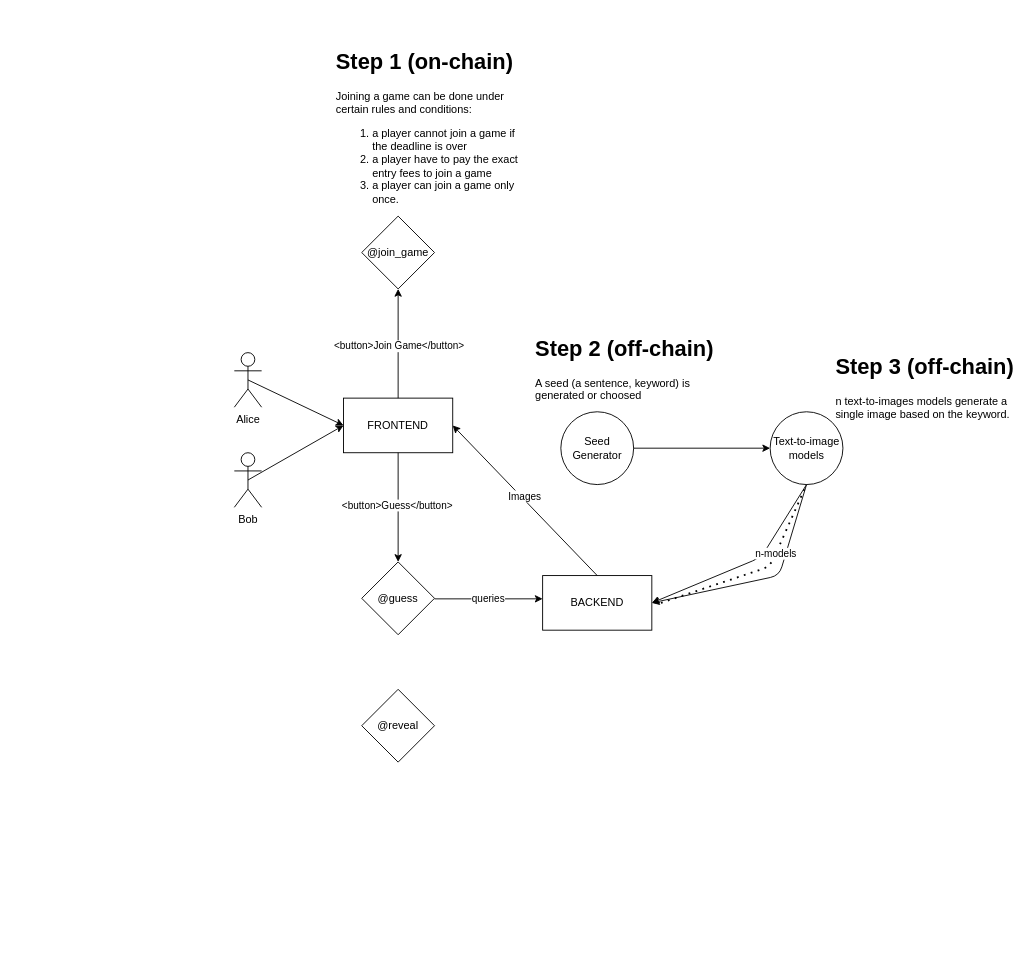
Earlier version of the draw.io diagram diagram.drawio (amaurydelille/blockchain-project-epita-2027). Source tidied: cells renumbered, new cells numbered last; positions are measured from the earlier drawing's top-left corner, leaving out a move shared by most shapes. Both pictures are drawn from the tidied source at 91%, with x=0, y=0 at pixel (234, 43).
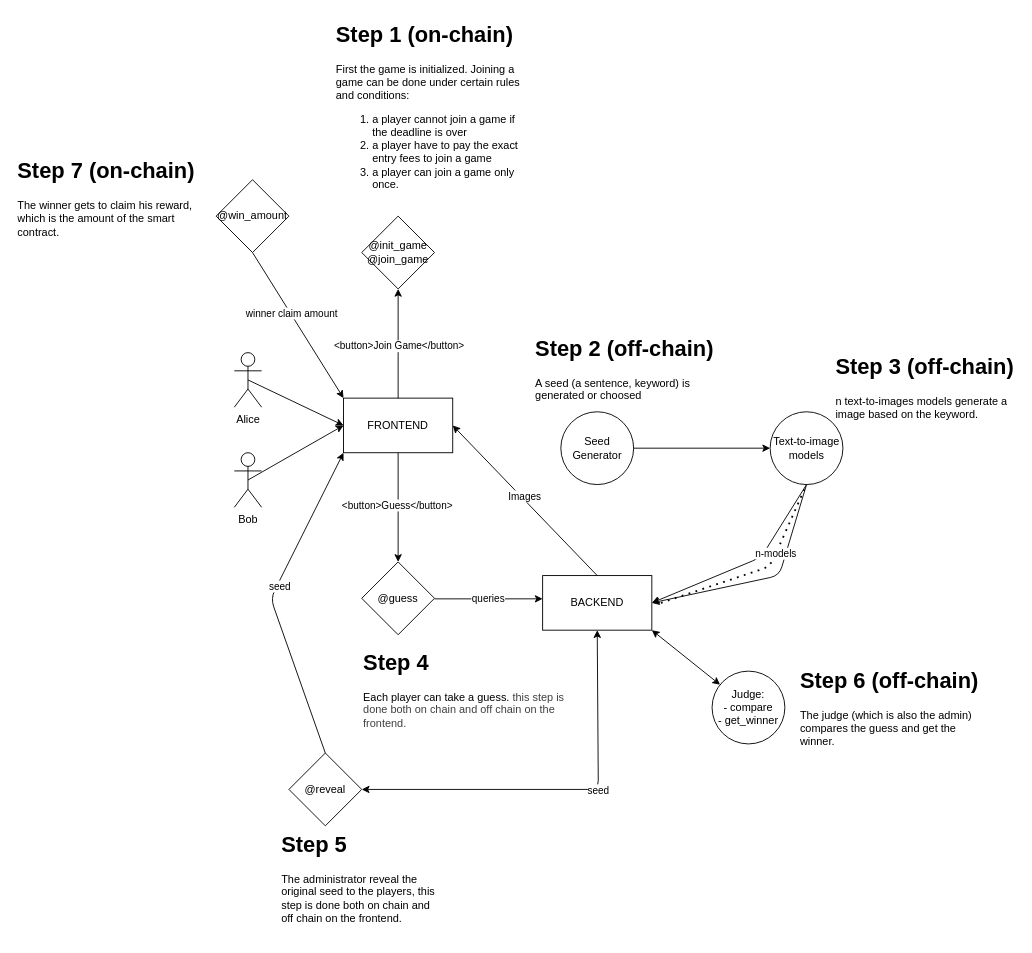
The same diagram, later.

Commit message:
feat: finish diagram

The change refers to these unchanged cells:
```xml
<mxCell id="2" value="FRONTEND" style="rounded=0;whiteSpace=wrap;html=1;" parent="1" vertex="1">
  <mxGeometry x="120" y="390" width="120" height="60" as="geometry" />
</mxCell>
<mxCell id="3" value="BACKEND" style="rounded=0;whiteSpace=wrap;html=1;" parent="1" vertex="1">
  <mxGeometry x="338.8" y="585" width="120" height="60" as="geometry" />
</mxCell>
```

Diff of the diagram source:
```diff
@@
-    <mxCell id="14" value="&lt;h1 style=&quot;margin-top: 0px;&quot;&gt;Step 3 (off-chain)&lt;/h1&gt;&lt;p&gt;n text-to-images models generate a single image based on the keyword.&lt;/p&gt;" style="text;html=1;whiteSpace=wrap;overflow=hidden;rounded=0;" parent="1" vertex="1">
+    <mxCell id="14" value="&lt;h1 style=&quot;margin-top: 0px;&quot;&gt;Step 3 (off-chain)&lt;/h1&gt;&lt;p&gt;n text-to-images models generate a image based on the keyword.&lt;/p&gt;" style="text;html=1;whiteSpace=wrap;overflow=hidden;rounded=0;" parent="1" vertex="1">
       <mxGeometry x="658.8" y="335" width="200" height="120" as="geometry" />
     </mxCell>
@@
-    <mxCell id="17" value="@join_game" style="rhombus;whiteSpace=wrap;html=1;" parent="1" vertex="1">
+    <mxCell id="17" value="&lt;div&gt;@init_game&lt;/div&gt;@join_game" style="rhombus;whiteSpace=wrap;html=1;" parent="1" vertex="1">
       <mxGeometry x="140" y="190" width="80" height="80" as="geometry" />
     </mxCell>
@@
-    <mxCell id="20" value="&lt;h1 style=&quot;margin-top: 0px;&quot;&gt;Step 1 (on-chain)&lt;/h1&gt;&lt;p&gt;Joining a game can be done under certain rules and conditions:&lt;/p&gt;&lt;p&gt;&lt;/p&gt;&lt;ol&gt;&lt;li&gt;a player cannot join a game if the deadline is over&lt;/li&gt;&lt;li&gt;a player have to pay the exact entry fees to join a game&lt;/li&gt;&lt;li&gt;a player can join a game only once.&lt;/li&gt;&lt;/ol&gt;&lt;p&gt;&lt;/p&gt;" style="text;html=1;whiteSpace=wrap;overflow=hidden;rounded=0;" parent="1" vertex="1">
-      <mxGeometry x="110" width="210" height="180" as="geometry" />
+    <mxCell id="20" value="&lt;h1 style=&quot;margin-top: 0px;&quot;&gt;Step 1 (on-chain)&lt;/h1&gt;&lt;p&gt;First the game is initialized.&amp;nbsp;&lt;span style=&quot;background-color: transparent;&quot;&gt;Joining a game can be done under certain rules and conditions:&lt;/span&gt;&lt;/p&gt;&lt;p&gt;&lt;/p&gt;&lt;ol&gt;&lt;li&gt;a player cannot join a game if the deadline is over&lt;/li&gt;&lt;li&gt;a player have to pay the exact entry fees to join a game&lt;/li&gt;&lt;li&gt;a player can join a game only once.&lt;/li&gt;&lt;/ol&gt;&lt;p&gt;&lt;/p&gt;" style="text;html=1;whiteSpace=wrap;overflow=hidden;rounded=0;" parent="1" vertex="1">
+      <mxGeometry x="110" y="-30" width="210" height="210" as="geometry" />
     </mxCell>
@@
+    <mxCell id="29" style="edgeStyle=none;html=1;exitX=0.5;exitY=0;exitDx=0;exitDy=0;entryX=0;entryY=1;entryDx=0;entryDy=0;" parent="1" edge="1" source="28" target="2">
+      <mxGeometry relative="1" as="geometry">
+        <Array as="points">
+          <mxPoint x="40" y="610" />
+        </Array>
+      </mxGeometry>
+    </mxCell>
+    <mxCell id="30" value="seed" style="edgeLabel;html=1;align=center;verticalAlign=middle;" parent="29" vertex="1">
+      <mxGeometry x="0.17" y="2" relative="1" as="geometry">
+        <mxPoint x="-2" y="14" as="offset" />
+      </mxGeometry>
+    </mxCell>
     <mxCell id="28" value="@reveal" style="rhombus;whiteSpace=wrap;html=1;" parent="1" vertex="1">
-      <mxGeometry x="140" y="710" width="80" height="80" as="geometry" />
+      <mxGeometry x="60" y="780" width="80" height="80" as="geometry" />
     </mxCell>
+    <mxCell id="31" style="endArrow=classic;startArrow=classic;html=1;exitX=1;exitY=0.5;exitDx=0;exitDy=0;entryX=0.5;entryY=1;entryDx=0;entryDy=0;" parent="1" edge="1" source="28" target="3">
+      <mxGeometry relative="1" as="geometry">
+        <Array as="points">
+          <mxPoint x="400" y="820" />
+        </Array>
+      </mxGeometry>
+    </mxCell>
+    <mxCell id="32" value="seed" style="edgeLabel;html=1;align=center;verticalAlign=middle;" parent="31" vertex="1">
+      <mxGeometry x="-0.27" y="1" relative="1" as="geometry">
+        <mxPoint x="100" y="1" as="offset" />
+      </mxGeometry>
+    </mxCell>
+    <mxCell id="33" style="edgeStyle=none;html=1;exitX=0.5;exitY=1;exitDx=0;exitDy=0;entryX=0;entryY=0;entryDx=0;entryDy=0;" parent="1" edge="1" source="35" target="2">
+      <mxGeometry relative="1" as="geometry" />
+    </mxCell>
+    <mxCell id="34" value="winner claim amount" style="edgeLabel;html=1;align=center;verticalAlign=middle;" parent="33" vertex="1">
+      <mxGeometry x="-0.16" y="1" relative="1" as="geometry" />
+    </mxCell>
+    <mxCell id="35" value="@win_amount" style="rhombus;whiteSpace=wrap;html=1;" parent="1" vertex="1">
+      <mxGeometry x="-20" y="150" width="80" height="80" as="geometry" />
+    </mxCell>
+    <mxCell id="36" style="endArrow=classic;startArrow=classic;html=1;exitX=1;exitY=1;exitDx=0;exitDy=0;" parent="1" edge="1" source="3" target="37">
+      <mxGeometry relative="1" as="geometry" />
+    </mxCell>
+    <mxCell id="37" value="Judge:&lt;div&gt;- compare&lt;/div&gt;&lt;div&gt;- get_winner&lt;/div&gt;" style="ellipse;whiteSpace=wrap;html=1;" parent="1" vertex="1">
+      <mxGeometry x="525" y="690" width="80" height="80" as="geometry" />
+    </mxCell>
+    <mxCell id="38" value="&lt;h1 style=&quot;margin-top: 0px;&quot;&gt;&lt;span style=&quot;background-color: transparent;&quot;&gt;Step 4&lt;/span&gt;&lt;/h1&gt;&lt;div&gt;Each player can take a guess.&amp;nbsp;&lt;span style=&quot;color: rgb(63, 63, 63); background-color: transparent;&quot;&gt;this step is done both on chain and off chain on the frontend.&lt;/span&gt;&lt;/div&gt;" style="text;html=1;whiteSpace=wrap;overflow=hidden;rounded=0;" parent="1" vertex="1">
+      <mxGeometry x="140" y="660" width="230" height="100" as="geometry" />
+    </mxCell>
+    <mxCell id="39" value="&lt;h1 style=&quot;margin-top: 0px;&quot;&gt;&lt;span style=&quot;background-color: transparent;&quot;&gt;Step 5&lt;/span&gt;&lt;/h1&gt;&lt;div&gt;The administrator reveal the original seed to the players, this step is done both on chain and off chain on the frontend.&lt;/div&gt;" style="text;html=1;whiteSpace=wrap;overflow=hidden;rounded=0;" parent="1" vertex="1">
+      <mxGeometry x="50" y="860" width="180" height="120" as="geometry" />
+    </mxCell>
+    <mxCell id="40" value="&lt;h1 style=&quot;margin-top: 0px;&quot;&gt;&lt;span style=&quot;background-color: transparent;&quot;&gt;Step 6 (off-chain)&lt;/span&gt;&lt;/h1&gt;&lt;div&gt;The judge (which is also the admin) compares the guess and get the winner.&lt;/div&gt;" style="text;html=1;whiteSpace=wrap;overflow=hidden;rounded=0;" parent="1" vertex="1">
+      <mxGeometry x="620" y="680" width="200" height="120" as="geometry" />
+    </mxCell>
+    <mxCell id="41" value="&lt;h1 style=&quot;margin-top: 0px;&quot;&gt;&lt;span style=&quot;background-color: transparent;&quot;&gt;Step 7 (on-chain)&lt;/span&gt;&lt;/h1&gt;&lt;div&gt;The winner gets to claim his reward, which is the amount of the smart contract.&lt;/div&gt;" style="text;html=1;whiteSpace=wrap;overflow=hidden;rounded=0;" parent="1" vertex="1">
+      <mxGeometry x="-240" y="120" width="200" height="120" as="geometry" />
+    </mxCell>
```
